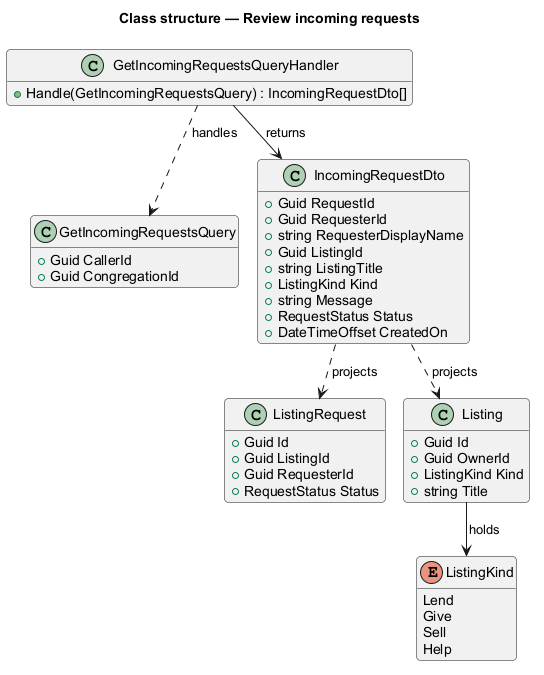
This is docs/detailed-designs/requests/review-incoming-requests/diagrams/class-structure.png from QuinntyneBrown/Barnabas, a PlantUML export, as it was before one commit. Source of this version:
```plantuml
@startuml
!pragma layout smetana
title Class structure — Review incoming requests
skinparam backgroundColor #FFFFFF
skinparam shadowing false
skinparam roundcorner 8
skinparam defaultFontName Arial
hide empty members

class GetIncomingRequestsQuery {
  +Guid CallerId
  +Guid CongregationId
}
class GetIncomingRequestsQueryHandler {
  +Handle(GetIncomingRequestsQuery) : IncomingRequestDto[]
}
class IncomingRequestDto {
  +Guid RequestId
  +Guid RequesterId
  +string RequesterDisplayName
  +Guid ListingId
  +string ListingTitle
  +ListingKind Kind
  +string Message
  +RequestStatus Status
  +DateTimeOffset CreatedOn
}
class ListingRequest {
  +Guid Id
  +Guid ListingId
  +Guid RequesterId
  +RequestStatus Status
}
class Listing {
  +Guid Id
  +Guid OwnerId
  +ListingKind Kind
  +string Title
}
enum ListingKind {
  Lend
  Give
  Sell
  Help
}

GetIncomingRequestsQueryHandler ..> GetIncomingRequestsQuery : handles
GetIncomingRequestsQueryHandler --> IncomingRequestDto : returns
IncomingRequestDto ..> ListingRequest : projects
IncomingRequestDto ..> Listing : projects
Listing --> ListingKind : holds
@enduml
```
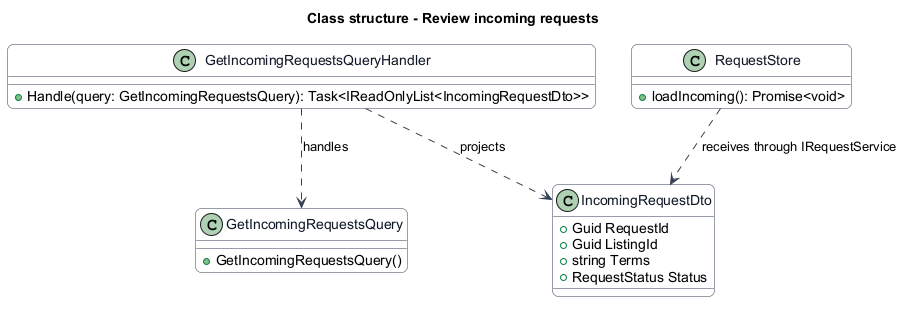
Above is the later version.

The edit, as a diff of the source:
```diff
@@ -1,52 +1,40 @@
 @startuml
-!pragma layout smetana
-title Class structure — Review incoming requests
 skinparam backgroundColor #FFFFFF
 skinparam shadowing false
-skinparam roundcorner 8
+skinparam roundcorner 12
 skinparam defaultFontName Arial
-hide empty members
-
+skinparam ArrowColor #344054
+skinparam rectangle {
+  BorderColor #344054
+  FontColor #101828
+}
+skinparam package {
+  BorderColor #667085
+  FontColor #101828
+  BackgroundColor #F9FAFB
+}
+skinparam class {
+  BorderColor #344054
+  FontColor #101828
+  BackgroundColor #F9FAFB
+}
+title Class structure - Review incoming requests
 class GetIncomingRequestsQuery {
-  +Guid CallerId
-  +Guid CongregationId
+  +GetIncomingRequestsQuery()
 }
 class GetIncomingRequestsQueryHandler {
-  +Handle(GetIncomingRequestsQuery) : IncomingRequestDto[]
+  +Handle(query: GetIncomingRequestsQuery): Task<IReadOnlyList<IncomingRequestDto>>
 }
 class IncomingRequestDto {
   +Guid RequestId
-  +Guid RequesterId
-  +string RequesterDisplayName
   +Guid ListingId
-  +string ListingTitle
-  +ListingKind Kind
-  +string Message
-  +RequestStatus Status
-  +DateTimeOffset CreatedOn
-}
-class ListingRequest {
-  +Guid Id
-  +Guid ListingId
-  +Guid RequesterId
+  +string Terms
   +RequestStatus Status
 }
-class Listing {
-  +Guid Id
-  +Guid OwnerId
-  +ListingKind Kind
-  +string Title
+class RequestStore {
+  +loadIncoming(): Promise<void>
 }
-enum ListingKind {
-  Lend
-  Give
-  Sell
-  Help
-}
-
 GetIncomingRequestsQueryHandler ..> GetIncomingRequestsQuery : handles
-GetIncomingRequestsQueryHandler --> IncomingRequestDto : returns
-IncomingRequestDto ..> ListingRequest : projects
-IncomingRequestDto ..> Listing : projects
-Listing --> ListingKind : holds
+GetIncomingRequestsQueryHandler ..> IncomingRequestDto : projects
+RequestStore ..> IncomingRequestDto : receives through IRequestService
 @enduml
```
